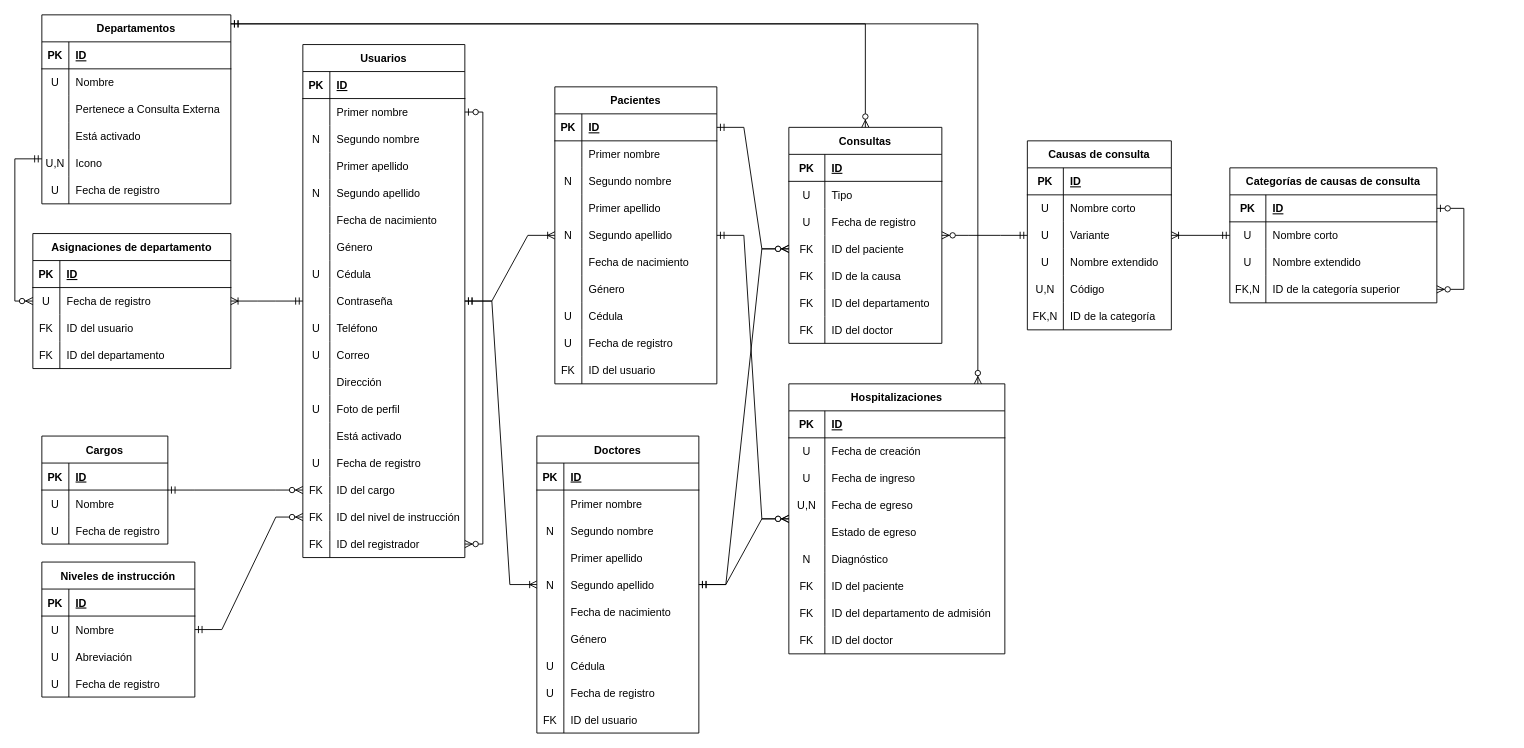
Earlier version of the draw.io diagram page "Modelo Relacional" (4 of 5) of docs/Diagramas.drawio (fadrian06/haju). Source tidied: cells renumbered, new cells numbered last; positions are measured from the earlier drawing's top-left corner, leaving out a move shared by most shapes. Both pictures are drawn from the tidied source at 90%, with x=0, y=0 at pixel (14, 14).
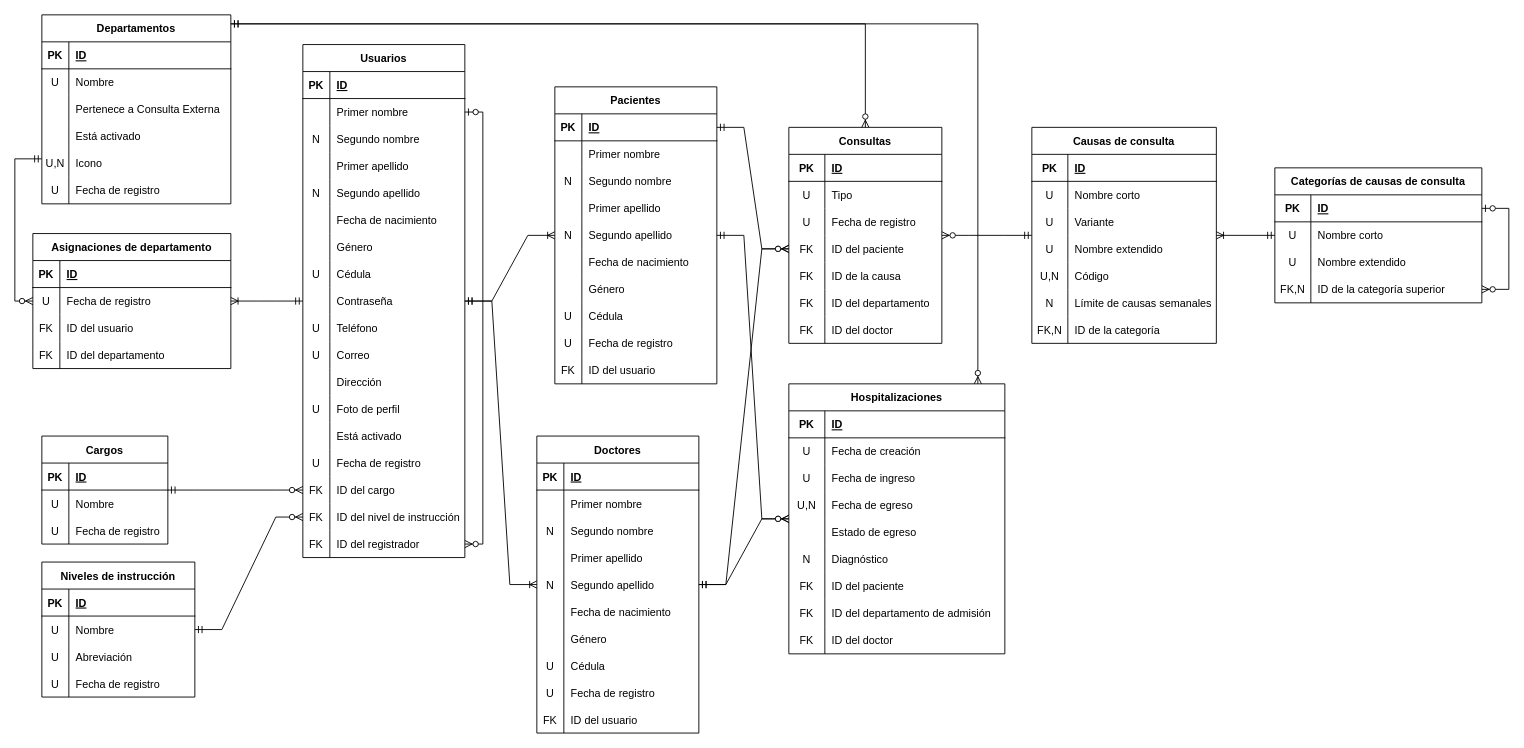
The same page after the edit.

Change to the diagram source:
```diff
@@
     <mxCell id="149" value="Categorías de causas de consulta" style="shape=table;startSize=30;childLayout=tableLayout;rowLines=0;fontStyle=1;align=center;" parent="1" vertex="1">
-      <mxGeometry x="1350" y="170" width="230" height="150" as="geometry" />
+      <mxGeometry x="1400" y="170" width="230" height="150" as="geometry" />
     </mxCell>
@@
     <mxCell id="163" value="Causas de consulta" style="shape=table;startSize=30;childLayout=tableLayout;rowLines=0;fontStyle=1;align=center;" parent="1" vertex="1">
-      <mxGeometry x="1125" y="140" width="160" height="210" as="geometry" />
+      <mxGeometry x="1130" y="125" width="205" height="240" as="geometry" />
     </mxCell>
     <mxCell id="164" style="shape=tableRow;horizontal=0;startSize=0;swimlaneHead=0;swimlaneBody=0;fillColor=none;top=0;left=0;right=0;bottom=1;" parent="163" vertex="1">
-      <mxGeometry y="30" width="160" height="30" as="geometry" />
+      <mxGeometry y="30" width="205" height="30" as="geometry" />
     </mxCell>
@@
     <mxCell id="166" value="ID" style="shape=partialRectangle;fillColor=none;top=0;left=0;bottom=0;right=0;align=left;spacingLeft=6;fontStyle=5;overflow=hidden;" parent="164" vertex="1">
-      <mxGeometry x="40" width="120" height="30" as="geometry" />
+      <mxGeometry x="40" width="165" height="30" as="geometry" />
     </mxCell>
     <mxCell id="167" style="shape=tableRow;horizontal=0;startSize=0;swimlaneHead=0;swimlaneBody=0;fillColor=none;top=0;left=0;right=0;bottom=0;" parent="163" vertex="1">
-      <mxGeometry y="60" width="160" height="30" as="geometry" />
+      <mxGeometry y="60" width="205" height="30" as="geometry" />
     </mxCell>
@@
     <mxCell id="169" value="Nombre corto" style="shape=partialRectangle;fillColor=none;top=0;left=0;bottom=0;right=0;align=left;spacingLeft=6;overflow=hidden;" parent="167" vertex="1">
-      <mxGeometry x="40" width="120" height="30" as="geometry" />
+      <mxGeometry x="40" width="165" height="30" as="geometry" />
     </mxCell>
     <mxCell id="170" style="shape=tableRow;horizontal=0;startSize=0;swimlaneHead=0;swimlaneBody=0;fillColor=none;top=0;left=0;right=0;bottom=0;" parent="163" vertex="1">
-      <mxGeometry y="90" width="160" height="30" as="geometry" />
+      <mxGeometry y="90" width="205" height="30" as="geometry" />
     </mxCell>
@@
     <mxCell id="172" value="Variante" style="shape=partialRectangle;fillColor=none;top=0;left=0;bottom=0;right=0;align=left;spacingLeft=6;overflow=hidden;" parent="170" vertex="1">
-      <mxGeometry x="40" width="120" height="30" as="geometry" />
+      <mxGeometry x="40" width="165" height="30" as="geometry" />
     </mxCell>
     <mxCell id="173" style="shape=tableRow;horizontal=0;startSize=0;swimlaneHead=0;swimlaneBody=0;fillColor=none;top=0;left=0;right=0;bottom=0;" parent="163" vertex="1">
-      <mxGeometry y="120" width="160" height="30" as="geometry" />
+      <mxGeometry y="120" width="205" height="30" as="geometry" />
     </mxCell>
@@
     <mxCell id="175" value="Nombre extendido" style="shape=partialRectangle;fillColor=none;top=0;left=0;bottom=0;right=0;align=left;spacingLeft=6;overflow=hidden;" parent="173" vertex="1">
-      <mxGeometry x="40" width="120" height="30" as="geometry" />
+      <mxGeometry x="40" width="165" height="30" as="geometry" />
     </mxCell>
     <mxCell id="176" style="shape=tableRow;horizontal=0;startSize=0;swimlaneHead=0;swimlaneBody=0;fillColor=none;top=0;left=0;right=0;bottom=0;" parent="163" vertex="1">
-      <mxGeometry y="150" width="160" height="30" as="geometry" />
+      <mxGeometry y="150" width="205" height="30" as="geometry" />
     </mxCell>
@@
     <mxCell id="178" value="Código" style="shape=partialRectangle;fillColor=none;top=0;left=0;bottom=0;right=0;align=left;spacingLeft=6;overflow=hidden;" parent="176" vertex="1">
-      <mxGeometry x="40" width="120" height="30" as="geometry" />
+      <mxGeometry x="40" width="165" height="30" as="geometry" />
     </mxCell>
+    <mxCell id="272" style="shape=tableRow;horizontal=0;startSize=0;swimlaneHead=0;swimlaneBody=0;fillColor=none;top=0;left=0;right=0;bottom=0;" parent="163" vertex="1">
+      <mxGeometry y="180" width="205" height="30" as="geometry" />
+    </mxCell>
+    <mxCell id="273" value="N" style="shape=partialRectangle;fillColor=none;top=0;left=0;bottom=0;right=0;overflow=hidden;" parent="272" vertex="1">
+      <mxGeometry width="40" height="30" as="geometry" />
+    </mxCell>
+    <mxCell id="274" value="Límite de causas semanales" style="shape=partialRectangle;fillColor=none;top=0;left=0;bottom=0;right=0;align=left;spacingLeft=6;overflow=hidden;" parent="272" vertex="1">
+      <mxGeometry x="40" width="165" height="30" as="geometry" />
+    </mxCell>
     <mxCell id="179" style="shape=tableRow;horizontal=0;startSize=0;swimlaneHead=0;swimlaneBody=0;fillColor=none;top=0;left=0;right=0;bottom=0;" parent="163" vertex="1">
-      <mxGeometry y="180" width="160" height="30" as="geometry" />
+      <mxGeometry y="210" width="205" height="30" as="geometry" />
     </mxCell>
@@
     <mxCell id="181" value="ID de la categoría" style="shape=partialRectangle;fillColor=none;top=0;left=0;bottom=0;right=0;align=left;spacingLeft=6;overflow=hidden;" parent="179" vertex="1">
-      <mxGeometry x="40" width="120" height="30" as="geometry" />
+      <mxGeometry x="40" width="165" height="30" as="geometry" />
     </mxCell>
```
